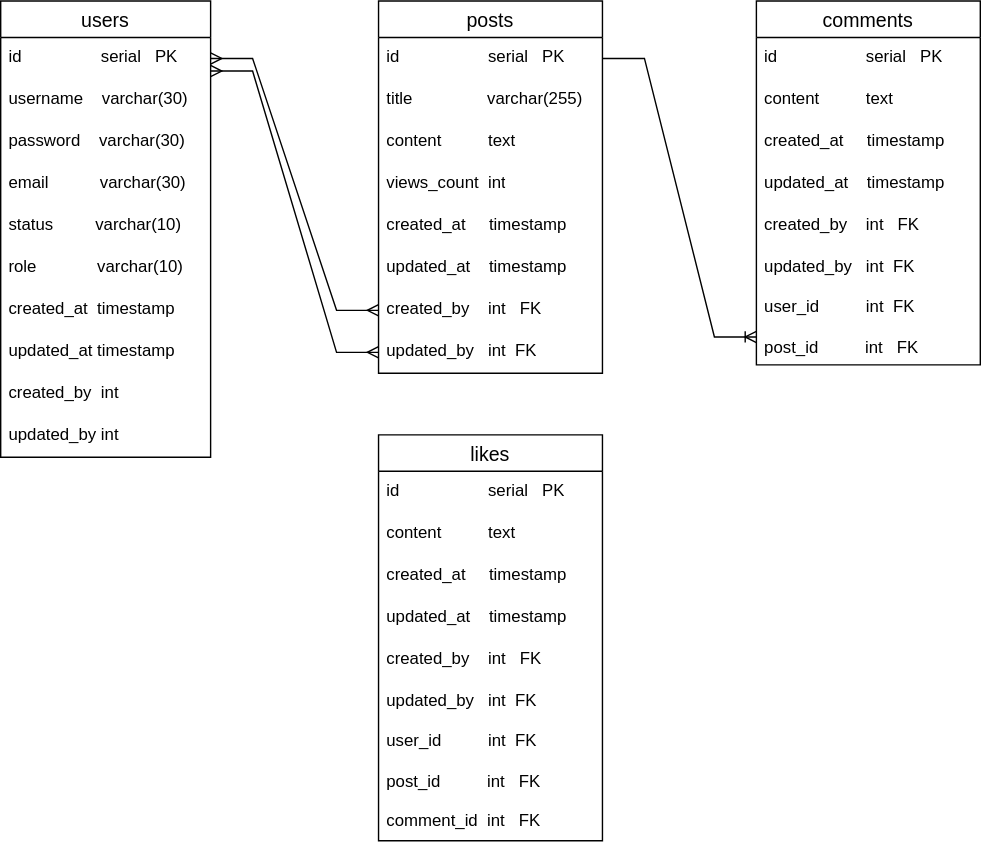
The draw.io diagram src/main/java/database/ERD.svg in nurcannafi/java-course-turing, before a commit. Source tidied: cells renumbered, new cells last; positions are measured from the earlier drawing's top-left corner, leaving out a move shared by most shapes.
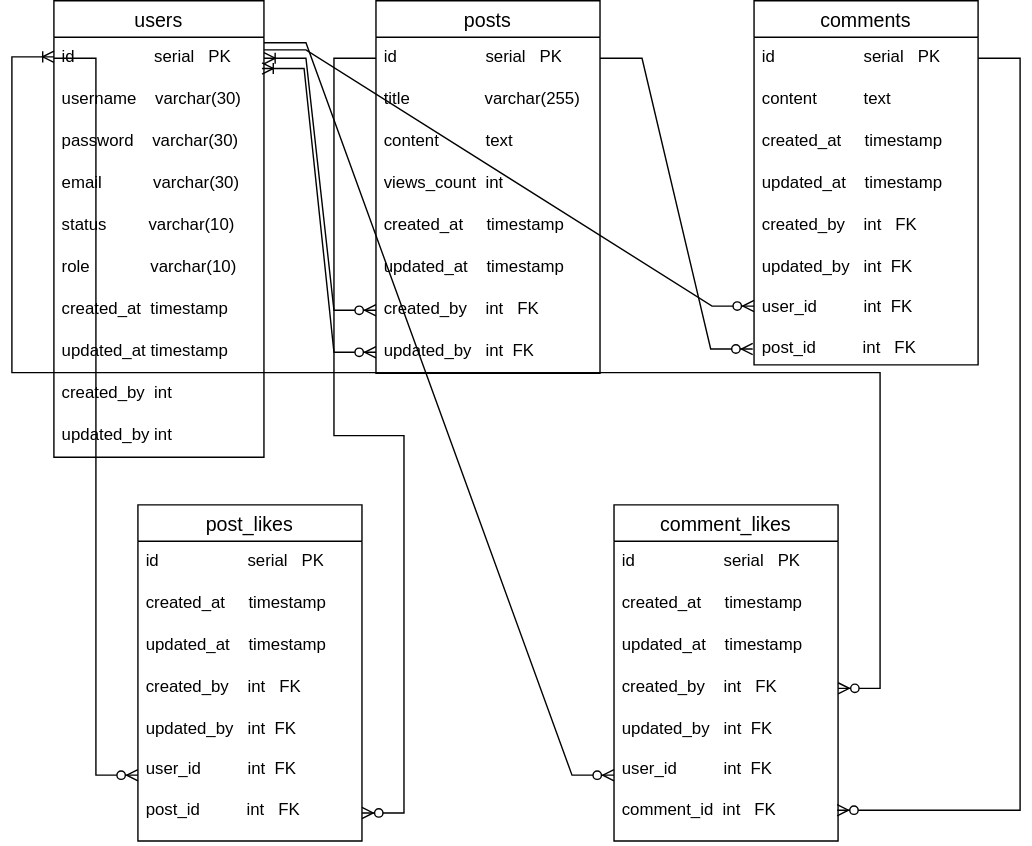
Above is the later version.

The edit, as a diff of the source:
```diff
@@ -3,7 +3,7 @@
     <mxCell id="0" />
     <mxCell id="1" parent="0" />
     <mxCell id="2" value="users" style="swimlane;fontStyle=0;horizontal=1;startSize=26;align=center;fontSize=14;" parent="1" vertex="1">
-      <mxGeometry y="50" width="150" height="326" as="geometry" />
+      <mxGeometry x="40" y="50" width="150" height="326" as="geometry" />
     </mxCell>
     <mxCell id="3" value="id&amp;nbsp; &amp;nbsp; &amp;nbsp; &amp;nbsp; &amp;nbsp; &amp;nbsp; &amp;nbsp; &amp;nbsp; &amp;nbsp;serial&amp;nbsp; &amp;nbsp;PK" style="text;strokeColor=none;fillColor=none;spacingLeft=4;spacingRight=4;overflow=hidden;points=[[0,0.5],[1,0.5]];portConstraint=eastwest;fontSize=12;whiteSpace=wrap;html=1;" parent="2" vertex="1">
       <mxGeometry y="26" width="150" height="30" as="geometry" />
@@ -83,47 +83,89 @@
     <mxCell id="28" value="updated_by&amp;nbsp; &amp;nbsp;int&amp;nbsp; FK&lt;br&gt;&lt;br&gt;user_id&amp;nbsp; &amp;nbsp; &amp;nbsp; &amp;nbsp; &amp;nbsp; int&amp;nbsp; FK&lt;br&gt;&lt;br&gt;post_id&amp;nbsp; &amp;nbsp; &amp;nbsp; &amp;nbsp; &amp;nbsp; int&amp;nbsp; &amp;nbsp;FK" style="text;strokeColor=none;fillColor=none;spacingLeft=4;spacingRight=4;overflow=hidden;points=[[0,0.5],[1,0.5]];portConstraint=eastwest;fontSize=12;whiteSpace=wrap;html=1;" parent="22" vertex="1">
       <mxGeometry y="176" width="160" height="84" as="geometry" />
     </mxCell>
-    <mxCell id="29" value="likes" style="swimlane;fontStyle=0;horizontal=1;startSize=26;align=center;fontSize=14;" parent="1" vertex="1">
-      <mxGeometry x="270" y="360" width="160" height="290" as="geometry" />
+    <mxCell id="29" value="post_likes" style="swimlane;fontStyle=0;horizontal=1;startSize=26;align=center;fontSize=14;" parent="1" vertex="1">
+      <mxGeometry x="100" y="410" width="160" height="240" as="geometry" />
     </mxCell>
     <mxCell id="30" value="id&amp;nbsp; &amp;nbsp; &amp;nbsp; &amp;nbsp; &amp;nbsp; &amp;nbsp; &amp;nbsp; &amp;nbsp; &amp;nbsp; &amp;nbsp;serial&amp;nbsp; &amp;nbsp;PK" style="text;strokeColor=none;fillColor=none;spacingLeft=4;spacingRight=4;overflow=hidden;fontSize=12;whiteSpace=wrap;html=1;" parent="29" vertex="1">
       <mxGeometry y="26" width="160" height="30" as="geometry" />
     </mxCell>
-    <mxCell id="31" value="content&amp;nbsp; &amp;nbsp; &amp;nbsp; &amp;nbsp; &amp;nbsp; text&amp;nbsp; &amp;nbsp; &amp;nbsp; &amp;nbsp; &amp;nbsp; &amp;nbsp;&amp;nbsp;" style="text;strokeColor=none;fillColor=none;spacingLeft=4;spacingRight=4;overflow=hidden;fontSize=12;whiteSpace=wrap;html=1;" parent="29" vertex="1">
-      <mxGeometry y="56" width="160" height="30" as="geometry" />
-    </mxCell>
     <mxCell id="32" value="created_at&amp;nbsp; &amp;nbsp; &amp;nbsp;timestamp&amp;nbsp;" style="text;strokeColor=none;fillColor=none;spacingLeft=4;spacingRight=4;overflow=hidden;fontSize=12;whiteSpace=wrap;html=1;" parent="29" vertex="1">
-      <mxGeometry y="86" width="160" height="30" as="geometry" />
+      <mxGeometry y="56" width="160" height="30" as="geometry" />
     </mxCell>
     <mxCell id="33" value="updated_at&amp;nbsp; &amp;nbsp; timestamp&amp;nbsp;" style="text;strokeColor=none;fillColor=none;spacingLeft=4;spacingRight=4;overflow=hidden;fontSize=12;whiteSpace=wrap;html=1;" parent="29" vertex="1">
-      <mxGeometry y="116" width="160" height="30" as="geometry" />
+      <mxGeometry y="86" width="160" height="30" as="geometry" />
     </mxCell>
     <mxCell id="34" value="created_by&amp;nbsp; &amp;nbsp; int&amp;nbsp; &amp;nbsp;FK" style="text;strokeColor=none;fillColor=none;spacingLeft=4;spacingRight=4;overflow=hidden;fontSize=12;whiteSpace=wrap;html=1;" parent="29" vertex="1">
-      <mxGeometry y="146" width="160" height="30" as="geometry" />
+      <mxGeometry y="116" width="160" height="30" as="geometry" />
     </mxCell>
-    <mxCell id="35" value="updated_by&amp;nbsp; &amp;nbsp;int&amp;nbsp; FK&lt;br&gt;&lt;br&gt;user_id&amp;nbsp; &amp;nbsp; &amp;nbsp; &amp;nbsp; &amp;nbsp; int&amp;nbsp; FK&lt;br&gt;&lt;br&gt;post_id&amp;nbsp; &amp;nbsp; &amp;nbsp; &amp;nbsp; &amp;nbsp; int&amp;nbsp; &amp;nbsp;FK&lt;br&gt;&lt;br&gt;comment_id&amp;nbsp; int&amp;nbsp; &amp;nbsp;FK" style="text;strokeColor=none;fillColor=none;spacingLeft=4;spacingRight=4;overflow=hidden;points=[[0,0.5],[1,0.5]];portConstraint=eastwest;fontSize=12;whiteSpace=wrap;html=1;" parent="29" vertex="1">
-      <mxGeometry y="176" width="160" height="114" as="geometry" />
+    <mxCell id="35" value="updated_by&amp;nbsp; &amp;nbsp;int&amp;nbsp; FK&lt;br&gt;&lt;br&gt;user_id&amp;nbsp; &amp;nbsp; &amp;nbsp; &amp;nbsp; &amp;nbsp; int&amp;nbsp; FK&lt;br&gt;&lt;br&gt;post_id&amp;nbsp; &amp;nbsp; &amp;nbsp; &amp;nbsp; &amp;nbsp; int&amp;nbsp; &amp;nbsp;FK" style="text;strokeColor=none;fillColor=none;spacingLeft=4;spacingRight=4;overflow=hidden;points=[[0,0.5],[1,0.5]];portConstraint=eastwest;fontSize=12;whiteSpace=wrap;html=1;" parent="29" vertex="1">
+      <mxGeometry y="146" width="160" height="94" as="geometry" />
     </mxCell>
-    <mxCell id="36" style="edgeStyle=entityRelationEdgeStyle;fontSize=12;html=1;endArrow=ERmany;startArrow=ERmany;rounded=0;entryX=0;entryY=0.5;entryDx=0;entryDy=0;exitX=1;exitY=0.5;exitDx=0;exitDy=0;" parent="1" edge="1" source="3" target="20">
-      <mxGeometry relative="1" as="geometry">
-        <Array as="points">
-          <mxPoint x="240" y="210" />
-          <mxPoint x="160" y="190" />
-          <mxPoint x="220" y="200" />
-          <mxPoint x="240" />
-        </Array>
-      </mxGeometry>
-    </mxCell>
-    <mxCell id="37" style="edgeStyle=entityRelationEdgeStyle;fontSize=12;html=1;endArrow=ERmany;startArrow=ERmany;rounded=0;entryX=0;entryY=0.5;entryDx=0;entryDy=0;" parent="1" edge="1" target="21">
-      <mxGeometry relative="1" as="geometry">
-        <mxPoint x="150" y="100" as="sourcePoint" />
-        <Array as="points">
-          <mxPoint x="210" y="20" />
-        </Array>
-      </mxGeometry>
-    </mxCell>
+    <mxCell id="39" style="edgeStyle=entityRelationEdgeStyle;fontSize=12;html=1;endArrow=ERoneToMany;startArrow=ERzeroToMany;rounded=0;exitX=0;exitY=0.5;exitDx=0;exitDy=0;entryX=1;entryY=0.5;entryDx=0;entryDy=0;" parent="1" edge="1" source="20" target="3">
+      <mxGeometry relative="1" as="geometry">
+        <Array as="points">
+          <mxPoint x="160" y="90" />
+        </Array>
+      </mxGeometry>
+    </mxCell>
-    <mxCell id="38" style="edgeStyle=entityRelationEdgeStyle;fontSize=12;html=1;endArrow=ERoneToMany;rounded=0;exitX=1;exitY=0.5;exitDx=0;exitDy=0;entryX=0;entryY=0.762;entryDx=0;entryDy=0;entryPerimeter=0;" parent="1" edge="1" source="14" target="28">
+    <mxCell id="38" style="edgeStyle=entityRelationEdgeStyle;fontSize=12;html=1;endArrow=ERzeroToMany;endFill=1;rounded=0;exitX=1;exitY=0.5;exitDx=0;exitDy=0;entryX=-0.006;entryY=0.865;entryDx=0;entryDy=0;entryPerimeter=0;" parent="1" edge="1" source="14" target="28">
       <mxGeometry relative="1" as="geometry" />
     </mxCell>
+    <mxCell id="40" value="comment_likes" style="swimlane;fontStyle=0;horizontal=1;startSize=26;align=center;fontSize=14;" parent="1" vertex="1">
+      <mxGeometry x="440" y="410" width="160" height="240" as="geometry" />
+    </mxCell>
+    <mxCell id="41" value="id&amp;nbsp; &amp;nbsp; &amp;nbsp; &amp;nbsp; &amp;nbsp; &amp;nbsp; &amp;nbsp; &amp;nbsp; &amp;nbsp; &amp;nbsp;serial&amp;nbsp; &amp;nbsp;PK" style="text;strokeColor=none;fillColor=none;spacingLeft=4;spacingRight=4;overflow=hidden;fontSize=12;whiteSpace=wrap;html=1;" parent="40" vertex="1">
+      <mxGeometry y="26" width="160" height="30" as="geometry" />
+    </mxCell>
+    <mxCell id="42" value="created_at&amp;nbsp; &amp;nbsp; &amp;nbsp;timestamp&amp;nbsp;" style="text;strokeColor=none;fillColor=none;spacingLeft=4;spacingRight=4;overflow=hidden;fontSize=12;whiteSpace=wrap;html=1;" parent="40" vertex="1">
+      <mxGeometry y="56" width="160" height="30" as="geometry" />
+    </mxCell>
+    <mxCell id="43" value="updated_at&amp;nbsp; &amp;nbsp; timestamp&amp;nbsp;" style="text;strokeColor=none;fillColor=none;spacingLeft=4;spacingRight=4;overflow=hidden;fontSize=12;whiteSpace=wrap;html=1;" parent="40" vertex="1">
+      <mxGeometry y="86" width="160" height="30" as="geometry" />
+    </mxCell>
+    <mxCell id="44" value="created_by&amp;nbsp; &amp;nbsp; int&amp;nbsp; &amp;nbsp;FK" style="text;strokeColor=none;fillColor=none;spacingLeft=4;spacingRight=4;overflow=hidden;points=[[0,0.5],[1,0.5]];portConstraint=eastwest;fontSize=12;whiteSpace=wrap;html=1;" parent="40" vertex="1">
+      <mxGeometry y="116" width="160" height="30" as="geometry" />
+    </mxCell>
+    <mxCell id="45" value="updated_by&amp;nbsp; &amp;nbsp;int&amp;nbsp; FK&lt;br&gt;&lt;br&gt;user_id&amp;nbsp; &amp;nbsp; &amp;nbsp; &amp;nbsp; &amp;nbsp; int&amp;nbsp; FK&lt;br&gt;&lt;br&gt;comment_id&amp;nbsp; int&amp;nbsp; &amp;nbsp;FK" style="text;strokeColor=none;fillColor=none;spacingLeft=4;spacingRight=4;overflow=hidden;points=[[0,0.5],[1,0.5]];portConstraint=eastwest;fontSize=12;whiteSpace=wrap;html=1;" parent="40" vertex="1">
+      <mxGeometry y="146" width="160" height="94" as="geometry" />
+    </mxCell>
+    <mxCell id="46" style="edgeStyle=entityRelationEdgeStyle;fontSize=12;html=1;endArrow=ERoneToMany;startArrow=ERzeroToMany;rounded=0;exitX=0;exitY=0.5;exitDx=0;exitDy=0;entryX=0.991;entryY=0.744;entryDx=0;entryDy=0;entryPerimeter=0;" parent="1" edge="1" source="21" target="3">
+      <mxGeometry relative="1" as="geometry">
+        <Array as="points">
+          <mxPoint x="170" y="100" />
+        </Array>
+      </mxGeometry>
+    </mxCell>
+    <mxCell id="47" style="edgeStyle=entityRelationEdgeStyle;fontSize=12;html=1;endArrow=ERzeroToMany;endFill=1;rounded=0;exitX=1;exitY=0.133;exitDx=0;exitDy=0;exitPerimeter=0;entryX=0;entryY=0.5;entryDx=0;entryDy=0;" parent="1" edge="1" source="3" target="45">
+      <mxGeometry relative="1" as="geometry" />
+    </mxCell>
+    <mxCell id="48" style="edgeStyle=entityRelationEdgeStyle;fontSize=12;html=1;endArrow=ERzeroToMany;endFill=1;rounded=0;exitX=0;exitY=0.5;exitDx=0;exitDy=0;entryX=0;entryY=0.5;entryDx=0;entryDy=0;" parent="1" edge="1" source="3" target="35">
+      <mxGeometry relative="1" as="geometry" />
+    </mxCell>
+    <mxCell id="49" style="edgeStyle=entityRelationEdgeStyle;fontSize=12;html=1;endArrow=ERzeroToMany;endFill=1;rounded=0;entryX=0;entryY=0.5;entryDx=0;entryDy=0;" parent="1" edge="1" target="28">
+      <mxGeometry relative="1" as="geometry">
+        <mxPoint x="190" y="85" as="sourcePoint" />
+      </mxGeometry>
+    </mxCell>
+    <mxCell id="50" style="edgeStyle=entityRelationEdgeStyle;fontSize=12;html=1;endArrow=ERzeroToMany;endFill=1;rounded=0;entryX=0.996;entryY=0.766;entryDx=0;entryDy=0;entryPerimeter=0;" parent="1" edge="1" source="23" target="45">
+      <mxGeometry relative="1" as="geometry">
+        <Array as="points">
+          <mxPoint x="530" y="370" />
+          <mxPoint x="470" y="370" />
+        </Array>
+      </mxGeometry>
+    </mxCell>
+    <mxCell id="51" style="edgeStyle=entityRelationEdgeStyle;fontSize=12;html=1;endArrow=ERzeroToMany;endFill=1;rounded=0;entryX=1;entryY=0.787;entryDx=0;entryDy=0;entryPerimeter=0;" parent="1" edge="1" source="14" target="35">
+      <mxGeometry relative="1" as="geometry" />
+    </mxCell>
+    <mxCell id="52" style="edgeStyle=entityRelationEdgeStyle;fontSize=12;html=1;endArrow=ERoneToMany;startArrow=ERzeroToMany;rounded=0;exitX=1;exitY=0.5;exitDx=0;exitDy=0;" parent="1" edge="1" source="44">
+      <mxGeometry relative="1" as="geometry">
+        <mxPoint x="40" y="90" as="targetPoint" />
+        <Array as="points">
+          <mxPoint x="170" y="100" />
+          <mxPoint x="510" y="190" />
+        </Array>
+      </mxGeometry>
+    </mxCell>
   </root>
 </mxGraphModel>
```
